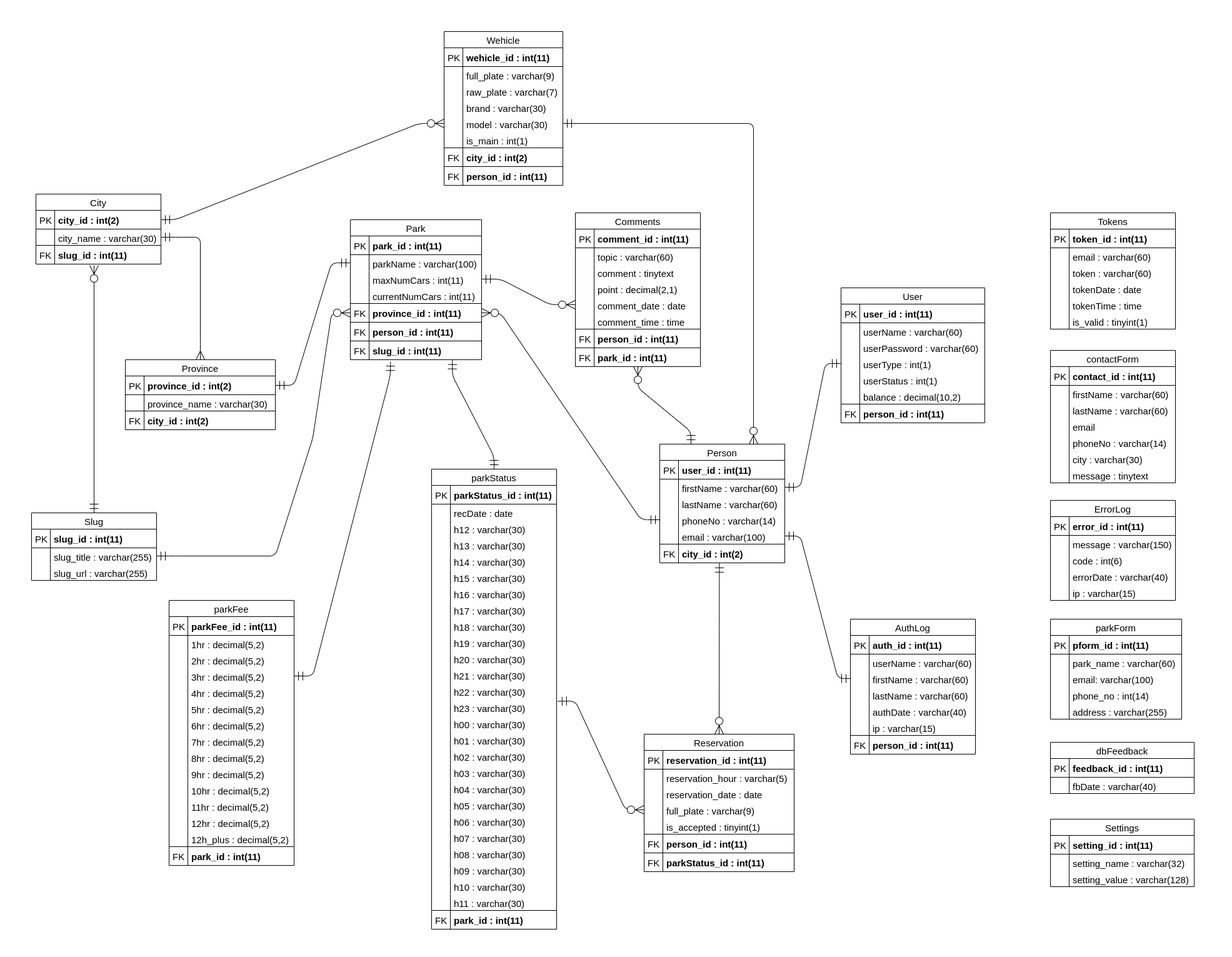
Before: config/db-design-img.png, a diagram exported from draw.io (EPSGrup13/EPS). Source tidied: cells renumbered, new cells last; positions are measured from the earlier drawing's top-left corner, leaving out a move shared by most shapes.
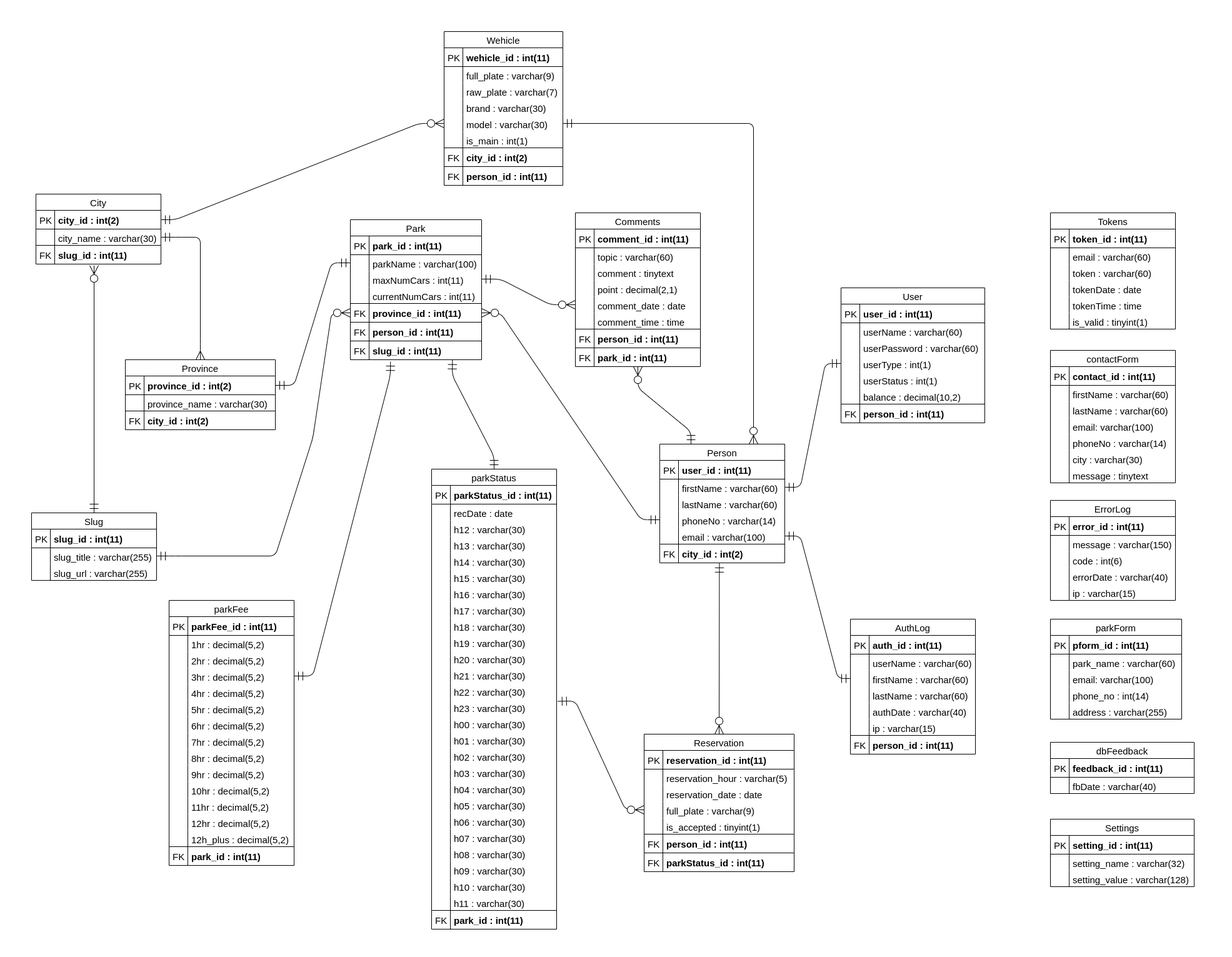
Above is the later version.

Commit message:
Veritabanı görselinde eksik olduğu fark edilerek düzeltildi

- contactForm -> email:type, kontrol sırasında atlanılmış olduğu
fark edilerek düzeltildi

What changed in the source:
```diff
@@ -392,7 +392,7 @@
     <mxCell id="117" style="shape=partialRectangle;top=0;left=0;bottom=0;fillColor=none;align=left;verticalAlign=top;spacingLeft=4;spacingRight=4;overflow=hidden;fontSize=15;" parent="116" vertex="1">
       <mxGeometry width="30" height="26" as="geometry" />
     </mxCell>
-    <mxCell id="118" value="email" style="shape=partialRectangle;top=0;left=0;right=0;bottom=0;align=left;verticalAlign=top;fillColor=none;spacingLeft=34;spacingRight=4;overflow=hidden;fontSize=15;" parent="111" vertex="1">
+    <mxCell id="118" value="email: varchar(100)" style="shape=partialRectangle;top=0;left=0;right=0;bottom=0;align=left;verticalAlign=top;fillColor=none;spacingLeft=34;spacingRight=4;overflow=hidden;fontSize=15;" parent="111" vertex="1">
       <mxGeometry y="108" width="200" height="26" as="geometry" />
     </mxCell>
     <mxCell id="119" style="shape=partialRectangle;top=0;left=0;bottom=0;fillColor=none;align=left;verticalAlign=top;spacingLeft=4;spacingRight=4;overflow=hidden;fontSize=15;" parent="118" vertex="1">
```
